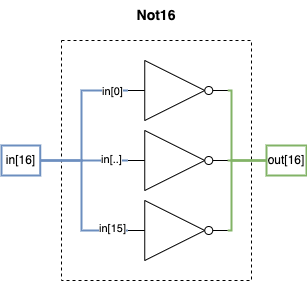
The draw.io diagram course1/project1/diagrams/not16.png in pwbrown/nand2tetris, before a commit. Source tidied: cells renumbered, new cells last; positions are measured from the earlier drawing's top-left corner, leaving out a move shared by most shapes. Its diagram source:
```xml
<mxGraphModel>
  <root>
    <mxCell id="0" />
    <mxCell id="1" parent="0" />
    <mxCell id="2" value="&lt;font style=&quot;font-size: 14px;&quot;&gt;&lt;b&gt;Not16&lt;/b&gt;&lt;/font&gt;" style="text;html=1;align=center;verticalAlign=middle;whiteSpace=wrap;rounded=0;" parent="1" vertex="1">
      <mxGeometry x="125" width="60" height="30" as="geometry" />
    </mxCell>
    <mxCell id="3" style="rounded=0;whiteSpace=wrap;html=1;dashed=1;" parent="1" vertex="1">
      <mxGeometry x="60" y="40" width="190" height="240" as="geometry" />
    </mxCell>
    <mxCell id="4" value="out[16]" style="text;html=1;align=center;verticalAlign=middle;whiteSpace=wrap;rounded=0;fillColor=none;strokeColor=#82b366;strokeWidth=2;" parent="1" vertex="1">
      <mxGeometry x="265" y="145" width="40" height="30" as="geometry" />
    </mxCell>
    <mxCell id="5" style="edgeStyle=orthogonalEdgeStyle;shape=connector;rounded=0;jettySize=auto;html=1;exitX=1;exitY=0.5;exitDx=0;exitDy=0;strokeColor=default;align=center;verticalAlign=middle;fontFamily=Helvetica;fontSize=11;fontColor=default;labelBackgroundColor=default;startFill=0;endArrow=none;" parent="1" edge="1" source="6" target="3">
      <mxGeometry relative="1" as="geometry" />
    </mxCell>
    <mxCell id="6" value="in[16]" style="text;html=1;align=center;verticalAlign=middle;whiteSpace=wrap;rounded=0;fillColor=none;strokeColor=#6c8ebf;strokeWidth=2;" parent="1" vertex="1">
      <mxGeometry y="145" width="38.8" height="30" as="geometry" />
    </mxCell>
    <mxCell id="7" style="edgeStyle=orthogonalEdgeStyle;shape=connector;rounded=0;orthogonalLoop=1;jettySize=auto;html=1;exitX=1;exitY=0.5;exitDx=0;exitDy=0;exitPerimeter=0;entryX=0;entryY=0.75;entryDx=0;entryDy=0;entryPerimeter=0;strokeColor=default;align=center;verticalAlign=middle;fontFamily=Helvetica;fontSize=11;fontColor=default;labelBackgroundColor=default;startFill=0;endArrow=none;" parent="1" edge="1">
      <mxGeometry relative="1" as="geometry">
        <mxPoint x="221.2" y="175" as="sourcePoint" />
        <mxPoint x="221.2" y="175" as="targetPoint" />
      </mxGeometry>
    </mxCell>
    <mxCell id="8" style="edgeStyle=orthogonalEdgeStyle;shape=connector;rounded=0;jettySize=auto;html=1;exitX=1;exitY=0.5;exitDx=0;exitDy=0;exitPerimeter=0;entryX=0;entryY=0.5;entryDx=0;entryDy=0;strokeColor=#82b366;align=center;verticalAlign=middle;fontFamily=Helvetica;fontSize=11;fontColor=default;labelBackgroundColor=default;startFill=0;endArrow=none;fillColor=#d5e8d4;strokeWidth=2;" parent="1" edge="1" source="9" target="4">
      <mxGeometry relative="1" as="geometry">
        <Array as="points">
          <mxPoint x="230" y="90" />
          <mxPoint x="230" y="160" />
        </Array>
      </mxGeometry>
    </mxCell>
    <mxCell id="9" style="verticalLabelPosition=bottom;shadow=0;dashed=0;align=center;html=1;verticalAlign=top;shape=mxgraph.electrical.logic_gates.inverter_2;fontFamily=Helvetica;fontSize=11;fontColor=default;labelBackgroundColor=default;" parent="1" vertex="1">
      <mxGeometry x="126.2" y="60" width="100" height="60" as="geometry" />
    </mxCell>
    <mxCell id="10" style="edgeStyle=orthogonalEdgeStyle;shape=connector;rounded=0;jettySize=auto;html=1;exitX=1;exitY=0.5;exitDx=0;exitDy=0;exitPerimeter=0;entryX=0;entryY=0.5;entryDx=0;entryDy=0;strokeColor=#82b366;align=center;verticalAlign=middle;fontFamily=Helvetica;fontSize=11;fontColor=default;labelBackgroundColor=default;startFill=0;endArrow=none;fillColor=#d5e8d4;strokeWidth=2;" parent="1" edge="1" source="11" target="4">
      <mxGeometry relative="1" as="geometry" />
    </mxCell>
    <mxCell id="11" style="verticalLabelPosition=bottom;shadow=0;dashed=0;align=center;html=1;verticalAlign=top;shape=mxgraph.electrical.logic_gates.inverter_2;fontFamily=Helvetica;fontSize=11;fontColor=default;labelBackgroundColor=default;" parent="1" vertex="1">
      <mxGeometry x="126.2" y="130" width="100" height="60" as="geometry" />
    </mxCell>
    <mxCell id="12" style="edgeStyle=orthogonalEdgeStyle;shape=connector;rounded=0;jettySize=auto;html=1;exitX=1;exitY=0.5;exitDx=0;exitDy=0;exitPerimeter=0;entryX=0;entryY=0.5;entryDx=0;entryDy=0;strokeColor=#82b366;align=center;verticalAlign=middle;fontFamily=Helvetica;fontSize=11;fontColor=default;labelBackgroundColor=default;startFill=0;endArrow=none;fillColor=#d5e8d4;strokeWidth=2;" parent="1" edge="1" source="13" target="4">
      <mxGeometry relative="1" as="geometry">
        <Array as="points">
          <mxPoint x="230" y="230" />
          <mxPoint x="230" y="160" />
        </Array>
      </mxGeometry>
    </mxCell>
    <mxCell id="13" style="verticalLabelPosition=bottom;shadow=0;dashed=0;align=center;html=1;verticalAlign=top;shape=mxgraph.electrical.logic_gates.inverter_2;fontFamily=Helvetica;fontSize=11;fontColor=default;labelBackgroundColor=default;" parent="1" vertex="1">
      <mxGeometry x="126.2" y="200" width="100" height="60" as="geometry" />
    </mxCell>
    <mxCell id="14" style="edgeStyle=orthogonalEdgeStyle;shape=connector;rounded=0;jettySize=auto;html=1;exitX=1;exitY=0.5;exitDx=0;exitDy=0;entryX=0;entryY=0.5;entryDx=0;entryDy=0;entryPerimeter=0;strokeColor=#6c8ebf;align=center;verticalAlign=middle;fontFamily=Helvetica;fontSize=11;fontColor=default;labelBackgroundColor=default;startFill=0;endArrow=none;fillColor=#dae8fc;strokeWidth=2;" parent="1" edge="1" source="6" target="9">
      <mxGeometry relative="1" as="geometry">
        <Array as="points">
          <mxPoint x="80" y="160" />
          <mxPoint x="80" y="90" />
        </Array>
      </mxGeometry>
    </mxCell>
    <mxCell id="15" value="in[0]" style="edgeLabel;html=1;align=center;verticalAlign=middle;fontFamily=Helvetica;fontSize=11;fontColor=default;labelBackgroundColor=default;" parent="14" vertex="1">
      <mxGeometry x="0.24" y="-1" relative="1" as="geometry">
        <mxPoint x="29" y="-13" as="offset" />
      </mxGeometry>
    </mxCell>
    <mxCell id="16" style="edgeStyle=orthogonalEdgeStyle;shape=connector;rounded=0;jettySize=auto;html=1;exitX=1;exitY=0.5;exitDx=0;exitDy=0;entryX=0;entryY=0.5;entryDx=0;entryDy=0;entryPerimeter=0;strokeColor=#6c8ebf;align=center;verticalAlign=middle;fontFamily=Helvetica;fontSize=11;fontColor=default;labelBackgroundColor=default;startFill=0;endArrow=none;fillColor=#dae8fc;strokeWidth=2;" parent="1" edge="1" source="6" target="11">
      <mxGeometry relative="1" as="geometry" />
    </mxCell>
    <mxCell id="17" value="in[..]" style="edgeLabel;html=1;align=center;verticalAlign=middle;fontFamily=Helvetica;fontSize=11;fontColor=default;labelBackgroundColor=default;" parent="16" vertex="1">
      <mxGeometry x="0.87" y="2" relative="1" as="geometry">
        <mxPoint x="-11" as="offset" />
      </mxGeometry>
    </mxCell>
    <mxCell id="18" style="edgeStyle=orthogonalEdgeStyle;shape=connector;rounded=0;jettySize=auto;html=1;exitX=1;exitY=0.5;exitDx=0;exitDy=0;entryX=0;entryY=0.5;entryDx=0;entryDy=0;entryPerimeter=0;strokeColor=#6c8ebf;align=center;verticalAlign=middle;fontFamily=Helvetica;fontSize=11;fontColor=default;labelBackgroundColor=default;startFill=0;endArrow=none;fillColor=#dae8fc;strokeWidth=2;" parent="1" edge="1" source="6" target="13">
      <mxGeometry relative="1" as="geometry">
        <Array as="points">
          <mxPoint x="80" y="160" />
          <mxPoint x="80" y="230" />
        </Array>
      </mxGeometry>
    </mxCell>
    <mxCell id="19" value="in[15]" style="edgeLabel;html=1;align=center;verticalAlign=middle;fontFamily=Helvetica;fontSize=11;fontColor=default;labelBackgroundColor=default;" parent="18" vertex="1">
      <mxGeometry x="0.81" y="3" relative="1" as="geometry" />
    </mxCell>
  </root>
</mxGraphModel>
```
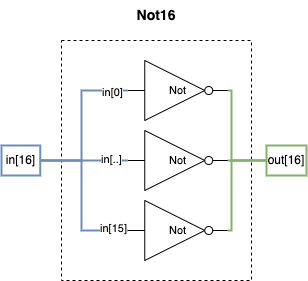
Above is the later version.

What changed in the source:
```diff
@@ -31,13 +31,13 @@
         </Array>
       </mxGeometry>
     </mxCell>
-    <mxCell id="9" style="verticalLabelPosition=bottom;shadow=0;dashed=0;align=center;html=1;verticalAlign=top;shape=mxgraph.electrical.logic_gates.inverter_2;fontFamily=Helvetica;fontSize=11;fontColor=default;labelBackgroundColor=default;" parent="1" vertex="1">
+    <mxCell id="9" value="Not" style="verticalLabelPosition=middle;shadow=0;dashed=0;align=center;html=1;verticalAlign=middle;shape=mxgraph.electrical.logic_gates.inverter_2;fontFamily=Helvetica;fontSize=11;fontColor=default;labelBackgroundColor=default;labelPosition=center;" parent="1" vertex="1">
       <mxGeometry x="126.2" y="60" width="100" height="60" as="geometry" />
     </mxCell>
     <mxCell id="10" style="edgeStyle=orthogonalEdgeStyle;shape=connector;rounded=0;jettySize=auto;html=1;exitX=1;exitY=0.5;exitDx=0;exitDy=0;exitPerimeter=0;entryX=0;entryY=0.5;entryDx=0;entryDy=0;strokeColor=#82b366;align=center;verticalAlign=middle;fontFamily=Helvetica;fontSize=11;fontColor=default;labelBackgroundColor=default;startFill=0;endArrow=none;fillColor=#d5e8d4;strokeWidth=2;" parent="1" edge="1" source="11" target="4">
       <mxGeometry relative="1" as="geometry" />
     </mxCell>
-    <mxCell id="11" style="verticalLabelPosition=bottom;shadow=0;dashed=0;align=center;html=1;verticalAlign=top;shape=mxgraph.electrical.logic_gates.inverter_2;fontFamily=Helvetica;fontSize=11;fontColor=default;labelBackgroundColor=default;" parent="1" vertex="1">
+    <mxCell id="11" value="Not" style="verticalLabelPosition=middle;shadow=0;dashed=0;align=center;html=1;verticalAlign=middle;shape=mxgraph.electrical.logic_gates.inverter_2;fontFamily=Helvetica;fontSize=11;fontColor=default;labelBackgroundColor=default;labelPosition=center;" parent="1" vertex="1">
       <mxGeometry x="126.2" y="130" width="100" height="60" as="geometry" />
     </mxCell>
     <mxCell id="12" style="edgeStyle=orthogonalEdgeStyle;shape=connector;rounded=0;jettySize=auto;html=1;exitX=1;exitY=0.5;exitDx=0;exitDy=0;exitPerimeter=0;entryX=0;entryY=0.5;entryDx=0;entryDy=0;strokeColor=#82b366;align=center;verticalAlign=middle;fontFamily=Helvetica;fontSize=11;fontColor=default;labelBackgroundColor=default;startFill=0;endArrow=none;fillColor=#d5e8d4;strokeWidth=2;" parent="1" edge="1" source="13" target="4">
@@ -48,7 +48,7 @@
         </Array>
       </mxGeometry>
     </mxCell>
-    <mxCell id="13" style="verticalLabelPosition=bottom;shadow=0;dashed=0;align=center;html=1;verticalAlign=top;shape=mxgraph.electrical.logic_gates.inverter_2;fontFamily=Helvetica;fontSize=11;fontColor=default;labelBackgroundColor=default;" parent="1" vertex="1">
+    <mxCell id="13" value="Not" style="verticalLabelPosition=middle;shadow=0;dashed=0;align=center;html=1;verticalAlign=middle;shape=mxgraph.electrical.logic_gates.inverter_2;fontFamily=Helvetica;fontSize=11;fontColor=default;labelBackgroundColor=default;labelPosition=center;" parent="1" vertex="1">
       <mxGeometry x="126.2" y="200" width="100" height="60" as="geometry" />
     </mxCell>
     <mxCell id="14" style="edgeStyle=orthogonalEdgeStyle;shape=connector;rounded=0;jettySize=auto;html=1;exitX=1;exitY=0.5;exitDx=0;exitDy=0;entryX=0;entryY=0.5;entryDx=0;entryDy=0;entryPerimeter=0;strokeColor=#6c8ebf;align=center;verticalAlign=middle;fontFamily=Helvetica;fontSize=11;fontColor=default;labelBackgroundColor=default;startFill=0;endArrow=none;fillColor=#dae8fc;strokeWidth=2;" parent="1" edge="1" source="6" target="9">
```
